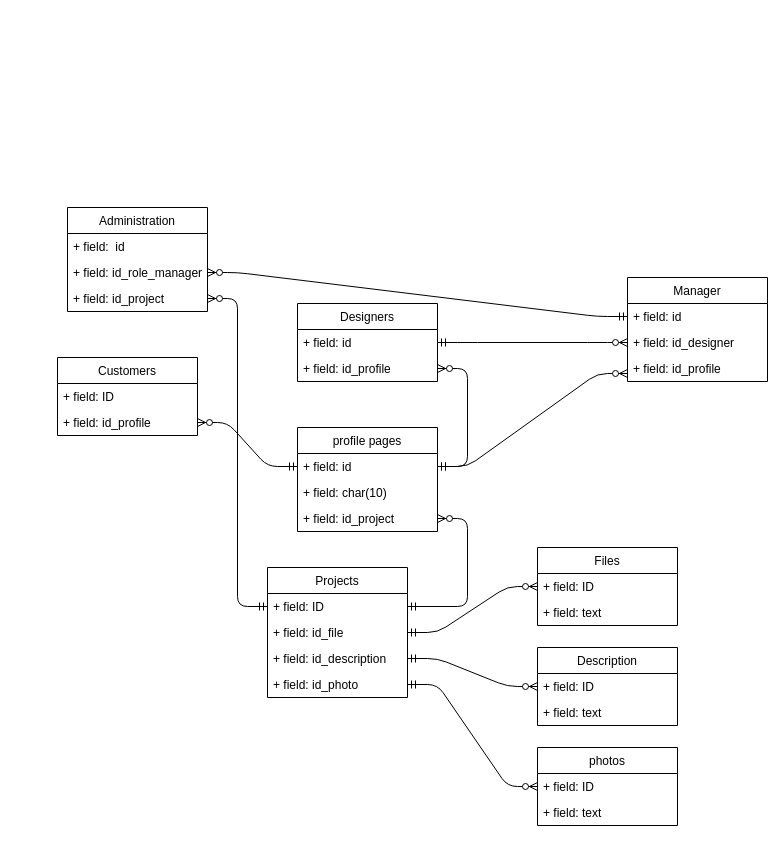
This is page "Page-3" (3 of 3) of Untitled Diagram.drawio from endangs78/diagram, a draw.io file, before an edit. Source tidied: cells renumbered, new cells numbered last; positions are measured from the earlier drawing's top-left corner, leaving out a move shared by most shapes. Both pictures are drawn from the tidied source at 100%, with x=0, y=0 at pixel (57, 207).
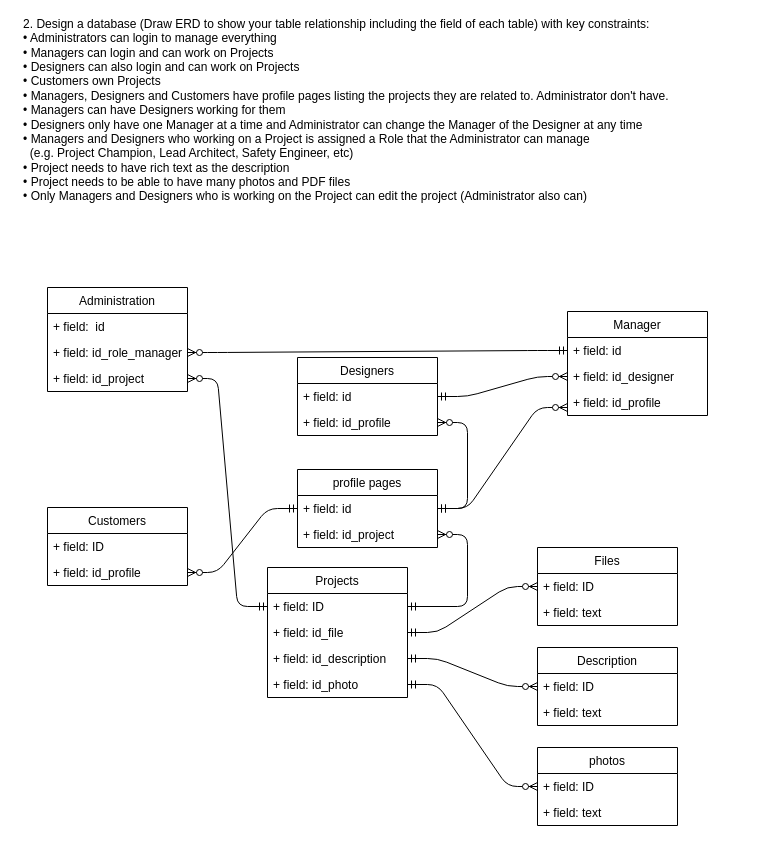
After the change.

The edit, as a diff of the source:
```diff
@@
     <mxCell id="2" value="Administration" style="swimlane;fontStyle=0;horizontal=1;startSize=26;fillColor=none;" parent="1" vertex="1">
-      <mxGeometry x="10" width="140" height="104" as="geometry" />
+      <mxGeometry x="-10" y="80" width="140" height="104" as="geometry" />
     </mxCell>
@@
     <mxCell id="6" value="profile pages" style="swimlane;fontStyle=0;horizontal=1;startSize=26;fillColor=none;" parent="1" vertex="1">
-      <mxGeometry x="240" y="220" width="140" height="104" as="geometry" />
+      <mxGeometry x="240" y="262" width="140" height="78" as="geometry" />
     </mxCell>
@@
-    <mxCell id="8" value="+ field: char(10)" style="text;strokeColor=none;fillColor=none;align=left;verticalAlign=top;spacingLeft=4;spacingRight=4;overflow=hidden;" parent="6" vertex="1">
-      <mxGeometry y="52" width="140" height="26" as="geometry" />
-    </mxCell>
     <mxCell id="9" value="+ field: id_project" style="text;strokeColor=none;fillColor=none;align=left;verticalAlign=top;spacingLeft=4;spacingRight=4;overflow=hidden;points=[[0,0.5],[1,0.5]];portConstraint=eastwest;" parent="6" vertex="1">
-      <mxGeometry y="78" width="140" height="26" as="geometry" />
+      <mxGeometry y="52" width="140" height="26" as="geometry" />
     </mxCell>
     <mxCell id="10" value="Manager" style="swimlane;fontStyle=0;horizontal=1;startSize=26;fillColor=none;" parent="1" vertex="1">
-      <mxGeometry x="570" y="70" width="140" height="104" as="geometry" />
+      <mxGeometry x="510" y="104" width="140" height="104" as="geometry" />
     </mxCell>
@@
     <mxCell id="14" value="Designers" style="swimlane;fontStyle=0;horizontal=1;startSize=26;fillColor=none;" parent="1" vertex="1">
-      <mxGeometry x="240" y="96" width="140" height="78" as="geometry" />
+      <mxGeometry x="240" y="150" width="140" height="78" as="geometry" />
     </mxCell>
@@
     <mxCell id="17" value="Customers" style="swimlane;fontStyle=0;horizontal=1;startSize=26;fillColor=none;" parent="1" vertex="1">
-      <mxGeometry y="150" width="140" height="78" as="geometry" />
+      <mxGeometry x="-10" y="300" width="140" height="78" as="geometry" />
     </mxCell>
@@
+    <mxCell id="44" value="&lt;div style=&quot;text-align: justify&quot;&gt;&lt;font style=&quot;font-size: 12px&quot;&gt;2. Design a database (Draw ERD to show your table relationship including the field of each table) with key constraints:&amp;nbsp;&lt;/font&gt;&lt;/div&gt;&lt;span&gt;&lt;div style=&quot;text-align: left&quot;&gt;&lt;span&gt;•&lt;/span&gt;&lt;span&gt; &lt;/span&gt;&lt;span&gt;Administrators can login to manage everything&lt;/span&gt;&lt;/div&gt;&lt;/span&gt;&lt;span&gt;&lt;div style=&quot;text-align: left&quot;&gt;&lt;span&gt;•&lt;/span&gt;&lt;span&gt; &lt;/span&gt;&lt;span&gt;Managers can login and can work on Projects&lt;/span&gt;&lt;/div&gt;&lt;/span&gt;&lt;span&gt;&lt;div style=&quot;text-align: left&quot;&gt;&lt;span&gt;•&lt;/span&gt;&lt;span&gt; &lt;/span&gt;&lt;span&gt;Designers can also login and can work on Projects&lt;/span&gt;&lt;/div&gt;&lt;/span&gt;&lt;span&gt;&lt;div style=&quot;text-align: left&quot;&gt;&lt;span&gt;•&lt;/span&gt;&lt;span&gt; &lt;/span&gt;&lt;span&gt;Customers own Projects&lt;/span&gt;&lt;/div&gt;&lt;/span&gt;&lt;span&gt;&lt;div style=&quot;text-align: left&quot;&gt;&lt;span&gt;•&lt;/span&gt;&lt;span&gt; &lt;/span&gt;&lt;span&gt;Managers, Designers and Customers have profile pages listing the projects they are related to. Administrator don't have.&amp;nbsp;&lt;/span&gt;&lt;/div&gt;&lt;/span&gt;&lt;span&gt;&lt;div style=&quot;text-align: left&quot;&gt;&lt;span&gt;•&lt;/span&gt;&lt;span&gt; &lt;/span&gt;&lt;span&gt;Managers can have Designers working for them&lt;/span&gt;&lt;/div&gt;&lt;/span&gt;&lt;span&gt;&lt;div style=&quot;text-align: left&quot;&gt;&lt;span&gt;•&lt;/span&gt;&lt;span&gt; &lt;/span&gt;&lt;span&gt;Designers only have one Manager at a time and Administrator can change the Manager of the Designer at any time&lt;/span&gt;&lt;/div&gt;&lt;/span&gt;&lt;span&gt;&lt;div style=&quot;text-align: left&quot;&gt;&lt;span&gt;•&lt;/span&gt;&lt;span&gt; &lt;/span&gt;&lt;span&gt;Managers and Designers who working on a Project is assigned a Role that the Administrator can manage &lt;br&gt;&amp;nbsp; (e.g. Project Champion, Lead Architect, Safety Engineer, etc)&lt;/span&gt;&lt;/div&gt;&lt;/span&gt;&lt;span&gt;&lt;div style=&quot;text-align: left&quot;&gt;&lt;span&gt;•&lt;/span&gt;&lt;span&gt; &lt;/span&gt;&lt;span&gt;Project needs to have rich text as the description&lt;/span&gt;&lt;/div&gt;&lt;/span&gt;&lt;span&gt;&lt;div style=&quot;text-align: left&quot;&gt;&lt;span&gt;•&lt;/span&gt;&lt;span&gt; &lt;/span&gt;&lt;span&gt;Project needs to be able to have many photos and PDF files&lt;/span&gt;&lt;/div&gt;&lt;/span&gt;&lt;div style=&quot;text-align: left&quot;&gt;&lt;font style=&quot;font-size: 12px&quot;&gt;•&lt;span&gt; &lt;/span&gt;Only Managers and Designers who is working on the Project can edit the project (Administrator also can)&lt;/font&gt;&lt;/div&gt;&lt;div style=&quot;text-align: justify&quot;&gt;&lt;br&gt;&lt;/div&gt;" style="text;html=1;align=center;verticalAlign=middle;strokeColor=none;fillColor=none;" parent="1" vertex="1">
+      <mxGeometry x="-40" y="-190" width="660" height="200" as="geometry" />
+    </mxCell>
```
